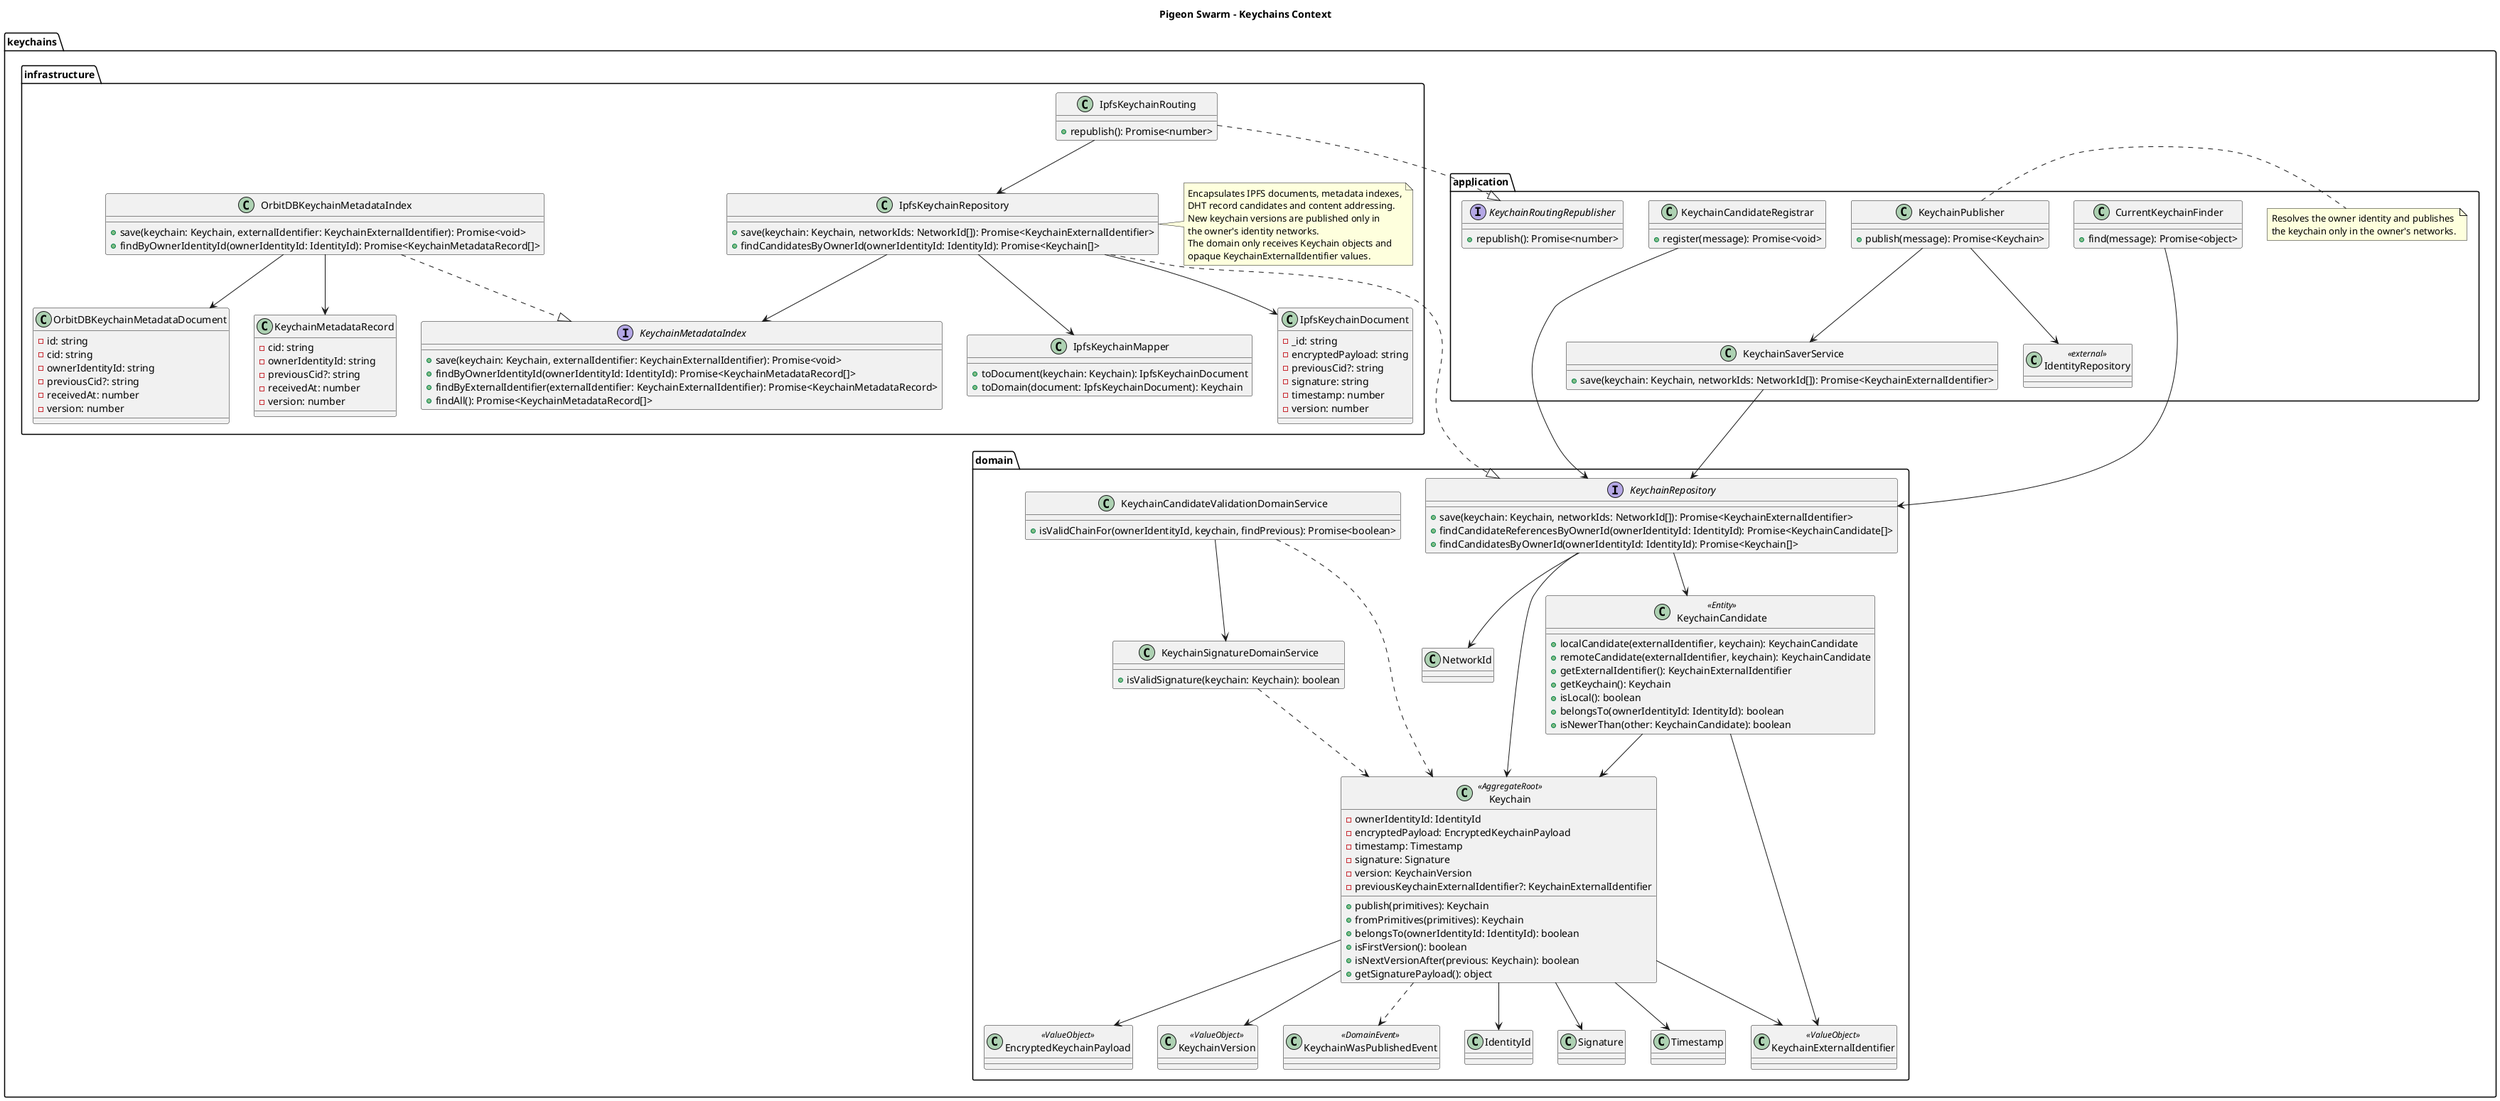
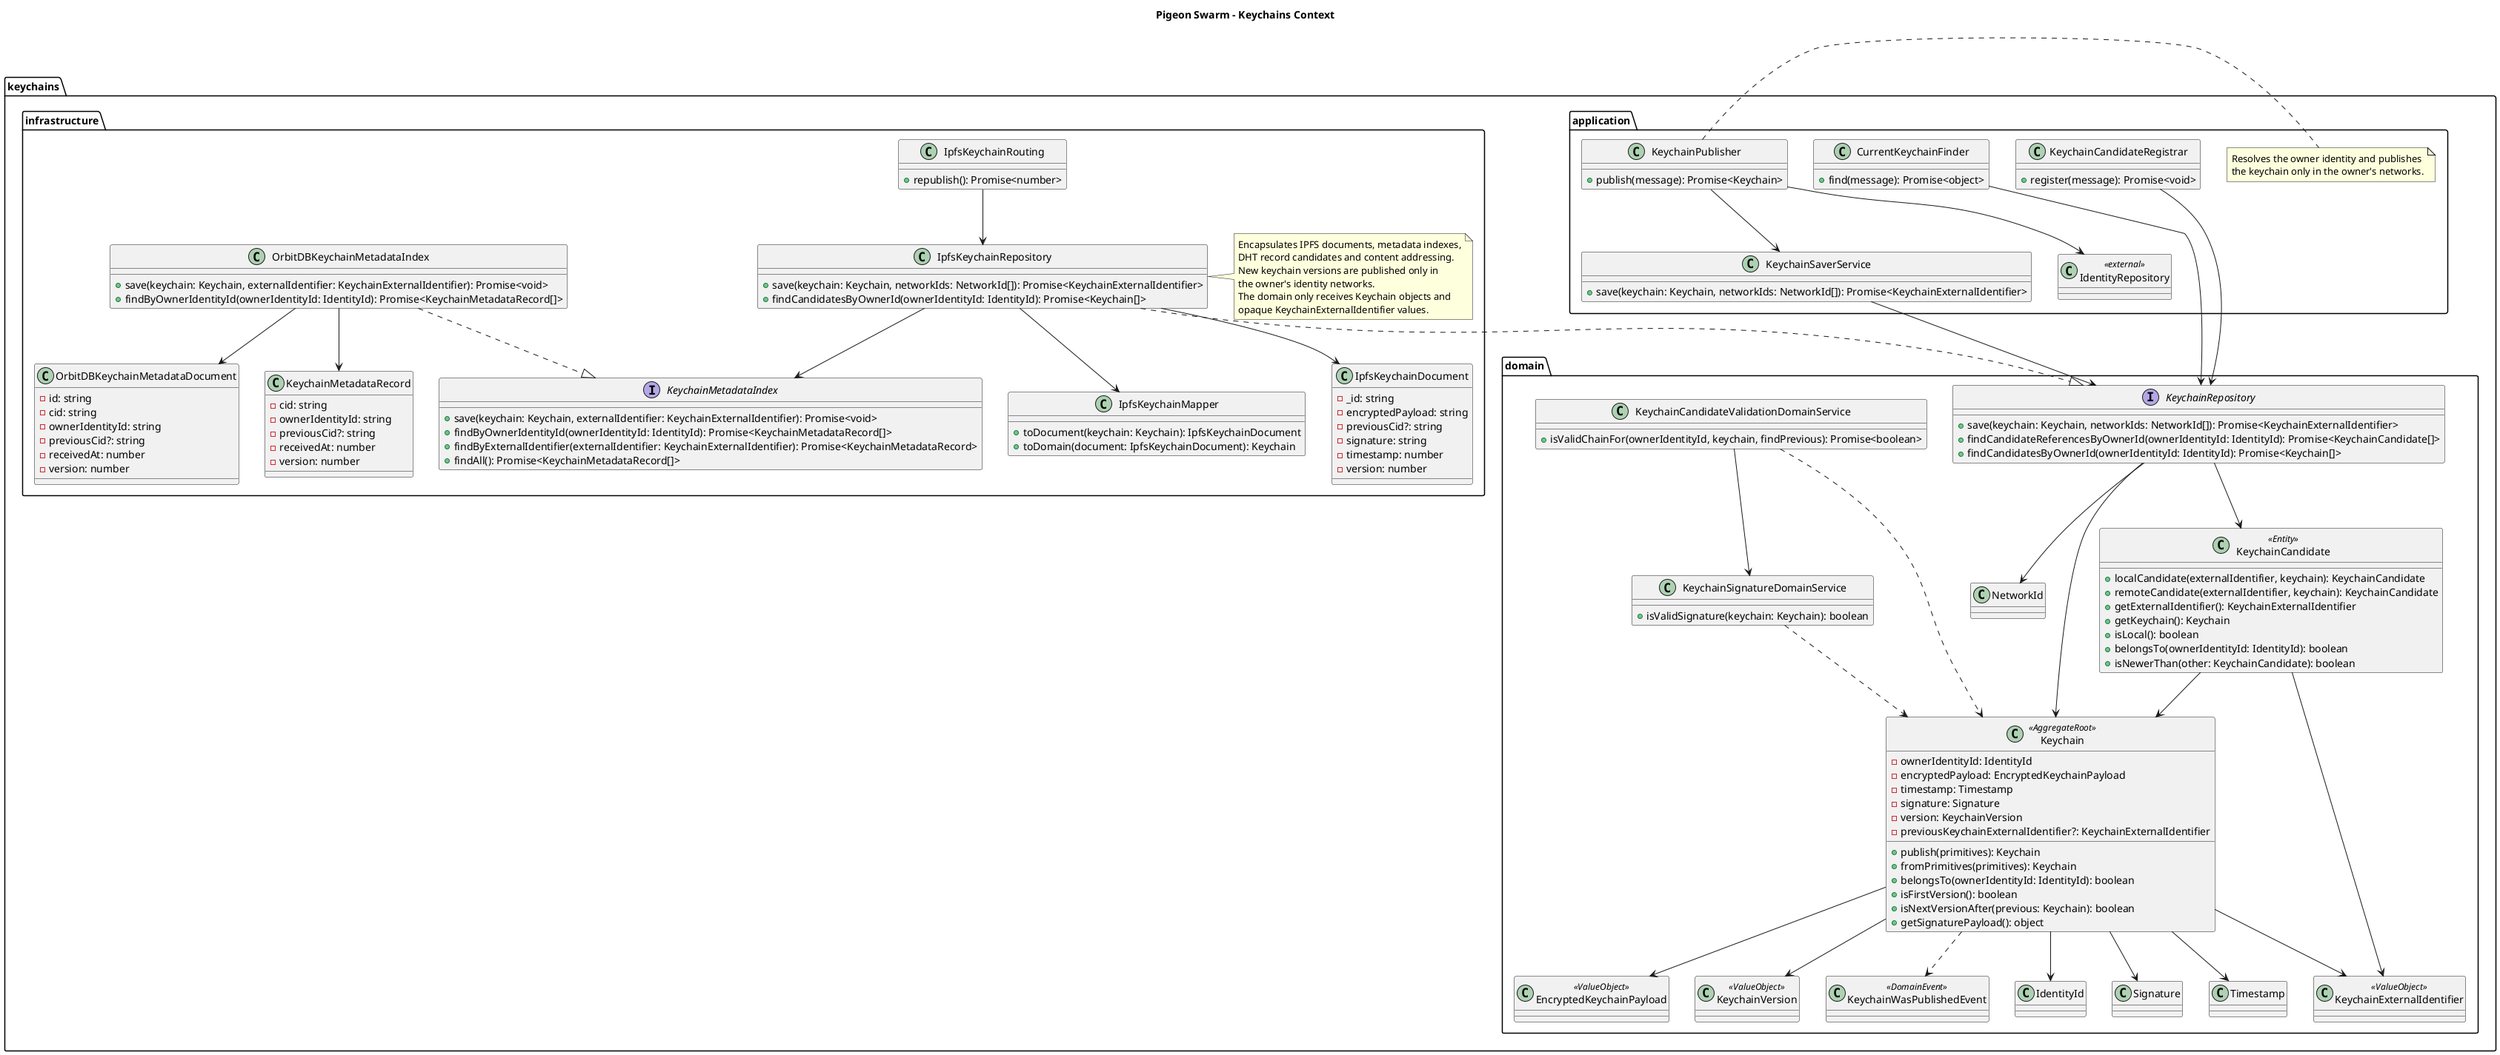
@startuml

title Pigeon Swarm - Keychains Context

package "keychains.domain" {
  class Keychain <<AggregateRoot>> {
    -ownerIdentityId: IdentityId
    -encryptedPayload: EncryptedKeychainPayload
    -timestamp: Timestamp
    -signature: Signature
    -version: KeychainVersion
    -previousKeychainExternalIdentifier?: KeychainExternalIdentifier
    +publish(primitives): Keychain
    +fromPrimitives(primitives): Keychain
    +belongsTo(ownerIdentityId: IdentityId): boolean
    +isFirstVersion(): boolean
    +isNextVersionAfter(previous: Keychain): boolean
    +getSignaturePayload(): object
  }

  class EncryptedKeychainPayload <<ValueObject>>
  class KeychainExternalIdentifier <<ValueObject>>
  class KeychainVersion <<ValueObject>>
  class KeychainCandidate <<Entity>> {
    +localCandidate(externalIdentifier, keychain): KeychainCandidate
    +remoteCandidate(externalIdentifier, keychain): KeychainCandidate
    +getExternalIdentifier(): KeychainExternalIdentifier
    +getKeychain(): Keychain
    +isLocal(): boolean
    +belongsTo(ownerIdentityId: IdentityId): boolean
    +isNewerThan(other: KeychainCandidate): boolean
  }

  class KeychainWasPublishedEvent <<DomainEvent>>

  interface KeychainRepository {
    +save(keychain: Keychain, networkIds: NetworkId[]): Promise<KeychainExternalIdentifier>
    +findCandidateReferencesByOwnerId(ownerIdentityId: IdentityId): Promise<KeychainCandidate[]>
    +findCandidatesByOwnerId(ownerIdentityId: IdentityId): Promise<Keychain[]>
  }

  class KeychainSignatureDomainService {
    +isValidSignature(keychain: Keychain): boolean
  }

  class KeychainCandidateValidationDomainService {
    +isValidChainFor(ownerIdentityId, keychain, findPrevious): Promise<boolean>
  }

  Keychain --> IdentityId
  KeychainRepository --> NetworkId
  KeychainRepository --> KeychainCandidate
  Keychain --> EncryptedKeychainPayload
  Keychain --> KeychainVersion
  Keychain --> KeychainExternalIdentifier
  KeychainCandidate --> Keychain
  KeychainCandidate --> KeychainExternalIdentifier
  Keychain --> Signature
  Keychain --> Timestamp
  Keychain ..> KeychainWasPublishedEvent
  KeychainSignatureDomainService ..> Keychain
  KeychainCandidateValidationDomainService --> KeychainSignatureDomainService
  KeychainCandidateValidationDomainService ..> Keychain
  KeychainRepository --> Keychain
}

package "keychains.application" {
  class KeychainPublisher {
    +publish(message): Promise<Keychain>
  }

  class CurrentKeychainFinder {
    +find(message): Promise<object>
  }

  class KeychainCandidateRegistrar {
    +register(message): Promise<void>
-   }
- 
-   interface KeychainRoutingRepublisher {
-     +republish(): Promise<number>
  }

  class KeychainSaverService {
    +save(keychain: Keychain, networkIds: NetworkId[]): Promise<KeychainExternalIdentifier>
  }

  class IdentityRepository <<external>>

  KeychainPublisher --> KeychainSaverService
  KeychainPublisher --> IdentityRepository
  KeychainSaverService --> KeychainRepository
  CurrentKeychainFinder --> KeychainRepository
  KeychainCandidateRegistrar --> KeychainRepository

  note right of KeychainPublisher
    Resolves the owner identity and publishes
    the keychain only in the owner's networks.
  end note
}

package "keychains.infrastructure" {
  class IpfsKeychainDocument {
    -_id: string
    -encryptedPayload: string
    -previousCid?: string
    -signature: string
    -timestamp: number
    -version: number
  }

  class OrbitDBKeychainMetadataDocument {
    -id: string
    -cid: string
    -ownerIdentityId: string
    -previousCid?: string
    -receivedAt: number
    -version: number
  }

  class IpfsKeychainRepository {
    +save(keychain: Keychain, networkIds: NetworkId[]): Promise<KeychainExternalIdentifier>
    +findCandidatesByOwnerId(ownerIdentityId: IdentityId): Promise<Keychain[]>
  }

  class IpfsKeychainRouting {
    +republish(): Promise<number>
  }

  class IpfsKeychainMapper {
    +toDocument(keychain: Keychain): IpfsKeychainDocument
    +toDomain(document: IpfsKeychainDocument): Keychain
  }

  interface KeychainMetadataIndex {
    +save(keychain: Keychain, externalIdentifier: KeychainExternalIdentifier): Promise<void>
    +findByOwnerIdentityId(ownerIdentityId: IdentityId): Promise<KeychainMetadataRecord[]>
    +findByExternalIdentifier(externalIdentifier: KeychainExternalIdentifier): Promise<KeychainMetadataRecord>
    +findAll(): Promise<KeychainMetadataRecord[]>
  }

  class KeychainMetadataRecord {
    -cid: string
    -ownerIdentityId: string
    -previousCid?: string
    -receivedAt: number
    -version: number
  }

  class OrbitDBKeychainMetadataIndex {
    +save(keychain: Keychain, externalIdentifier: KeychainExternalIdentifier): Promise<void>
    +findByOwnerIdentityId(ownerIdentityId: IdentityId): Promise<KeychainMetadataRecord[]>
  }

  note right of IpfsKeychainRepository
    Encapsulates IPFS documents, metadata indexes,
    DHT record candidates and content addressing.
    New keychain versions are published only in
    the owner's identity networks.
    The domain only receives Keychain objects and
    opaque KeychainExternalIdentifier values.
  end note

  IpfsKeychainRepository ..|> KeychainRepository
-   IpfsKeychainRouting ..|> KeychainRoutingRepublisher
  IpfsKeychainRouting --> IpfsKeychainRepository
  IpfsKeychainRepository --> IpfsKeychainMapper
  IpfsKeychainRepository --> KeychainMetadataIndex
  IpfsKeychainRepository --> IpfsKeychainDocument
  OrbitDBKeychainMetadataIndex ..|> KeychainMetadataIndex
  OrbitDBKeychainMetadataIndex --> OrbitDBKeychainMetadataDocument
  OrbitDBKeychainMetadataIndex --> KeychainMetadataRecord
}

@enduml
